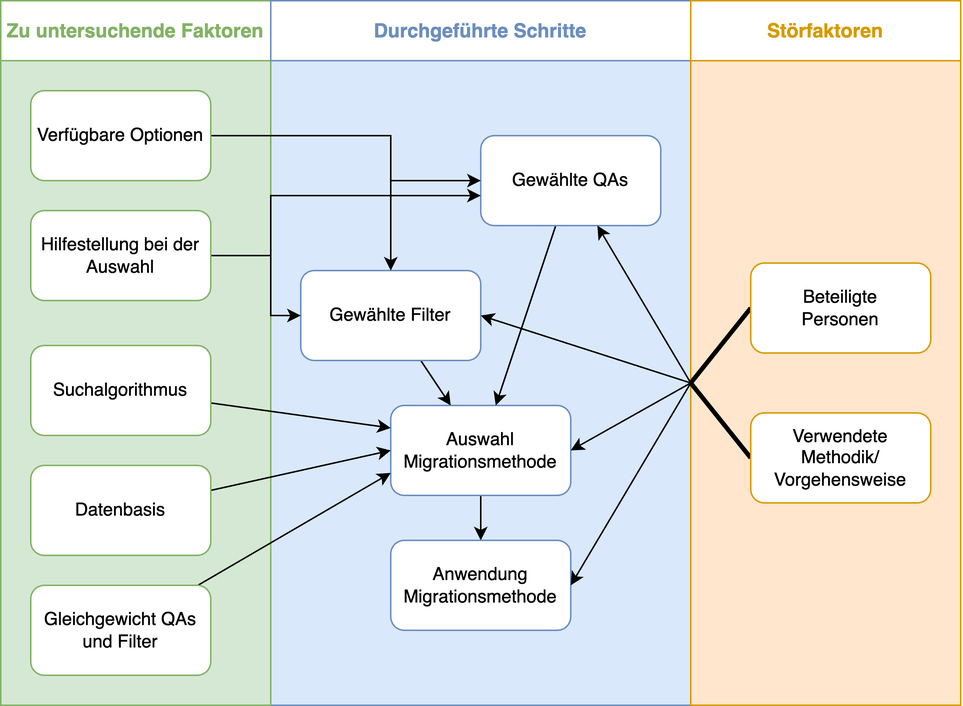
Above: graphics/limitations.drawio.png in axherrm/bachelorarbeit (draw.io), before the change. Source tidied: cells renumbered, new cells last; positions are measured from the earlier drawing's top-left corner, leaving out a move shared by most shapes. Its diagram source:
```xml
<mxGraphModel>
  <root>
    <mxCell id="0" />
    <mxCell id="1" parent="0" />
    <mxCell id="2" style="rounded=0;whiteSpace=wrap;html=1;fillColor=#dae8fc;strokeColor=#6c8ebf;" parent="1" vertex="1">
      <mxGeometry x="180" y="40" width="280" height="430" as="geometry" />
    </mxCell>
    <mxCell id="3" style="rounded=0;whiteSpace=wrap;html=1;fillColor=#ffe6cc;strokeColor=#d79b00;" parent="1" vertex="1">
      <mxGeometry x="460" y="40" width="180" height="430" as="geometry" />
    </mxCell>
    <mxCell id="4" style="rounded=0;whiteSpace=wrap;html=1;fillColor=#d5e8d4;strokeColor=#82b366;" parent="1" vertex="1">
      <mxGeometry y="40" width="180" height="430" as="geometry" />
    </mxCell>
    <mxCell id="5" style="edgeStyle=orthogonalEdgeStyle;rounded=0;jettySize=auto;html=1;" parent="1" edge="1" source="6" target="7">
      <mxGeometry relative="1" as="geometry" />
    </mxCell>
    <mxCell id="6" value="Auswahl Migrationsmethode" style="rounded=1;whiteSpace=wrap;html=1;fillColor=#FFFFFF;strokeColor=#6c8ebf;" parent="1" vertex="1">
      <mxGeometry x="260" y="270" width="120" height="60" as="geometry" />
    </mxCell>
    <mxCell id="7" value="Anwendung Migrationsmethode" style="rounded=1;whiteSpace=wrap;html=1;fillColor=#FFFFFF;strokeColor=#6c8ebf;" parent="1" vertex="1">
      <mxGeometry x="260" y="360" width="120" height="60" as="geometry" />
    </mxCell>
    <mxCell id="8" style="rounded=0;jettySize=auto;html=1;" parent="1" edge="1" source="9" target="6">
      <mxGeometry relative="1" as="geometry" />
    </mxCell>
    <mxCell id="9" value="Gewählte QAs" style="rounded=1;whiteSpace=wrap;html=1;fillColor=#FFFFFF;strokeColor=#6c8ebf;" parent="1" vertex="1">
      <mxGeometry x="320" y="90" width="120" height="60" as="geometry" />
    </mxCell>
    <mxCell id="10" style="rounded=0;jettySize=auto;html=1;" parent="1" edge="1" source="11" target="6">
      <mxGeometry relative="1" as="geometry" />
    </mxCell>
    <mxCell id="11" value="Gewählte Filter" style="rounded=1;whiteSpace=wrap;html=1;fillColor=#FFFFFF;strokeColor=#6c8ebf;" parent="1" vertex="1">
      <mxGeometry x="200" y="180" width="120" height="60" as="geometry" />
    </mxCell>
    <mxCell id="12" style="rounded=0;jettySize=auto;html=1;endArrow=none;endFill=0;strokeWidth=3;exitX=0;exitY=0.5;exitDx=0;exitDy=0;" parent="1" edge="1" source="13">
      <mxGeometry relative="1" as="geometry">
        <mxPoint x="460" y="255" as="targetPoint" />
      </mxGeometry>
    </mxCell>
    <mxCell id="13" value="Beteiligte&lt;br&gt;Personen" style="rounded=1;whiteSpace=wrap;html=1;fillColor=#FFFFFF;strokeColor=#d79b00;" parent="1" vertex="1">
      <mxGeometry x="500" y="175" width="120" height="60" as="geometry" />
    </mxCell>
    <mxCell id="14" style="rounded=0;jettySize=auto;html=1;endArrow=none;endFill=0;strokeWidth=3;exitX=0;exitY=0.5;exitDx=0;exitDy=0;" parent="1" edge="1" source="15">
      <mxGeometry relative="1" as="geometry">
        <mxPoint x="460" y="255" as="targetPoint" />
      </mxGeometry>
    </mxCell>
    <mxCell id="15" value="Verwendete &lt;br&gt;Methodik/&lt;br&gt;Vorgehensweise" style="rounded=1;whiteSpace=wrap;html=1;fillColor=#FFFFFF;strokeColor=#d79b00;" parent="1" vertex="1">
      <mxGeometry x="500" y="275" width="120" height="60" as="geometry" />
    </mxCell>
    <mxCell id="16" style="rounded=0;jettySize=auto;html=1;entryX=0;entryY=0.25;entryDx=0;entryDy=0;" parent="1" edge="1" source="17" target="6">
      <mxGeometry relative="1" as="geometry" />
    </mxCell>
    <mxCell id="17" value="Suchalgorithmus" style="rounded=1;whiteSpace=wrap;html=1;fillColor=#FFFFFF;strokeColor=#82b366;" parent="1" vertex="1">
      <mxGeometry x="20" y="230" width="120" height="60" as="geometry" />
    </mxCell>
    <mxCell id="18" style="rounded=0;jettySize=auto;html=1;edgeStyle=orthogonalEdgeStyle;" parent="1" edge="1" source="20" target="11">
      <mxGeometry relative="1" as="geometry" />
    </mxCell>
    <mxCell id="19" style="rounded=0;jettySize=auto;html=1;edgeStyle=orthogonalEdgeStyle;" parent="1" edge="1" source="20" target="9">
      <mxGeometry relative="1" as="geometry">
        <Array as="points">
          <mxPoint x="260" y="90" />
          <mxPoint x="260" y="120" />
        </Array>
      </mxGeometry>
    </mxCell>
    <mxCell id="20" value="Verfügbare Optionen" style="rounded=1;whiteSpace=wrap;html=1;fillColor=#FFFFFF;strokeColor=#82b366;" parent="1" vertex="1">
      <mxGeometry x="20" y="60" width="120" height="60" as="geometry" />
    </mxCell>
    <mxCell id="21" style="rounded=0;jettySize=auto;html=1;edgeStyle=orthogonalEdgeStyle;" parent="1" edge="1" source="23" target="9">
      <mxGeometry relative="1" as="geometry">
        <Array as="points">
          <mxPoint x="180" y="170" />
          <mxPoint x="180" y="130" />
        </Array>
      </mxGeometry>
    </mxCell>
    <mxCell id="22" style="rounded=0;jettySize=auto;html=1;edgeStyle=orthogonalEdgeStyle;" parent="1" edge="1" source="23" target="11">
      <mxGeometry relative="1" as="geometry">
        <Array as="points">
          <mxPoint x="180" y="170" />
          <mxPoint x="180" y="210" />
        </Array>
      </mxGeometry>
    </mxCell>
    <mxCell id="23" value="Hilfestellung bei der Auswahl" style="rounded=1;whiteSpace=wrap;html=1;fillColor=#FFFFFF;strokeColor=#82b366;" parent="1" vertex="1">
      <mxGeometry x="20" y="140" width="120" height="60" as="geometry" />
    </mxCell>
    <mxCell id="24" style="rounded=0;jettySize=auto;html=1;entryX=0;entryY=0.5;entryDx=0;entryDy=0;" parent="1" edge="1" source="25" target="6">
      <mxGeometry relative="1" as="geometry" />
    </mxCell>
    <mxCell id="25" value="Datenbasis" style="rounded=1;whiteSpace=wrap;html=1;fillColor=#FFFFFF;strokeColor=#82b366;" parent="1" vertex="1">
      <mxGeometry x="20" y="310" width="120" height="60" as="geometry" />
    </mxCell>
    <mxCell id="26" style="rounded=0;jettySize=auto;html=1;entryX=0;entryY=0.75;entryDx=0;entryDy=0;" parent="1" edge="1" source="27" target="6">
      <mxGeometry relative="1" as="geometry" />
    </mxCell>
    <mxCell id="27" value="Gleichgewicht QAs und Filter" style="rounded=1;whiteSpace=wrap;html=1;fillColor=#FFFFFF;strokeColor=#82b366;" parent="1" vertex="1">
      <mxGeometry x="20" y="390" width="120" height="60" as="geometry" />
    </mxCell>
    <mxCell id="28" style="endArrow=classic;html=1;rounded=0;entryX=1;entryY=0.5;entryDx=0;entryDy=0;" parent="1" edge="1" target="7">
      <mxGeometry relative="1" as="geometry">
        <mxPoint x="460" y="255" as="sourcePoint" />
      </mxGeometry>
    </mxCell>
    <mxCell id="29" style="endArrow=classic;html=1;rounded=0;entryX=1;entryY=0.5;entryDx=0;entryDy=0;" parent="1" edge="1" target="6">
      <mxGeometry relative="1" as="geometry">
        <mxPoint x="460" y="255" as="sourcePoint" />
      </mxGeometry>
    </mxCell>
    <mxCell id="30" style="endArrow=classic;html=1;rounded=0;entryX=1;entryY=0.5;entryDx=0;entryDy=0;" parent="1" edge="1" target="11">
      <mxGeometry relative="1" as="geometry">
        <mxPoint x="460" y="255" as="sourcePoint" />
      </mxGeometry>
    </mxCell>
    <mxCell id="31" style="endArrow=classic;html=1;rounded=0;" parent="1" edge="1" target="9">
      <mxGeometry relative="1" as="geometry">
        <mxPoint x="460" y="255" as="sourcePoint" />
      </mxGeometry>
    </mxCell>
    <mxCell id="32" value="Zu untersuchende Faktoren" style="rounded=0;whiteSpace=wrap;html=1;fontStyle=1;fontSize=13;fontColor=#82B366;strokeColor=#82B366;" parent="1" vertex="1">
      <mxGeometry width="180" height="40" as="geometry" />
    </mxCell>
    <mxCell id="33" value="Durchgeführte Schritte" style="rounded=0;whiteSpace=wrap;html=1;fontStyle=1;fontSize=13;fontColor=#6C8EBF;strokeColor=#6C8EBF;" parent="1" vertex="1">
      <mxGeometry x="180" width="280" height="40" as="geometry" />
    </mxCell>
    <mxCell id="34" value="Störfaktoren" style="rounded=0;whiteSpace=wrap;html=1;fontStyle=1;fontSize=13;fontColor=#D79B00;strokeColor=#D79B00;" parent="1" vertex="1">
      <mxGeometry x="460" width="180" height="40" as="geometry" />
    </mxCell>
  </root>
</mxGraphModel>
```
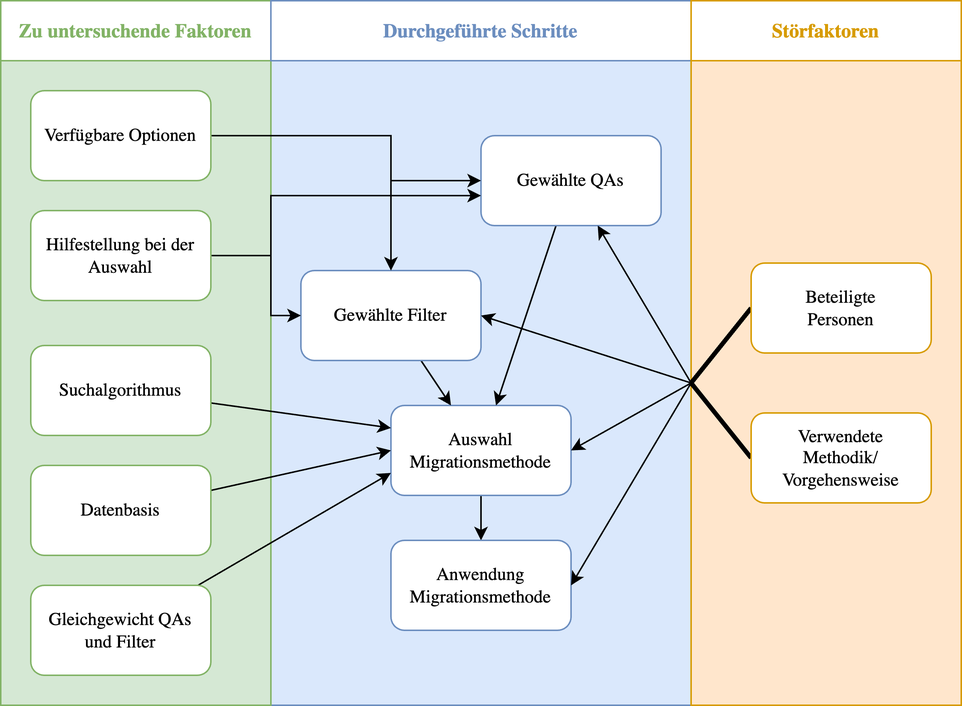
After the commit.

Diff of the diagram source:
```diff
@@ -2,62 +2,62 @@
   <root>
     <mxCell id="0" />
     <mxCell id="1" parent="0" />
-    <mxCell id="2" style="rounded=0;whiteSpace=wrap;html=1;fillColor=#dae8fc;strokeColor=#6c8ebf;" parent="1" vertex="1">
+    <mxCell id="2" style="rounded=0;whiteSpace=wrap;html=1;fillColor=#dae8fc;strokeColor=#6c8ebf;fontFamily=TeX Gyre Termes;" parent="1" vertex="1">
       <mxGeometry x="180" y="40" width="280" height="430" as="geometry" />
     </mxCell>
-    <mxCell id="3" style="rounded=0;whiteSpace=wrap;html=1;fillColor=#ffe6cc;strokeColor=#d79b00;" parent="1" vertex="1">
+    <mxCell id="3" style="rounded=0;whiteSpace=wrap;html=1;fillColor=#ffe6cc;strokeColor=#d79b00;fontFamily=TeX Gyre Termes;" parent="1" vertex="1">
       <mxGeometry x="460" y="40" width="180" height="430" as="geometry" />
     </mxCell>
-    <mxCell id="4" style="rounded=0;whiteSpace=wrap;html=1;fillColor=#d5e8d4;strokeColor=#82b366;" parent="1" vertex="1">
+    <mxCell id="4" style="rounded=0;whiteSpace=wrap;html=1;fillColor=#d5e8d4;strokeColor=#82b366;fontFamily=TeX Gyre Termes;" parent="1" vertex="1">
       <mxGeometry y="40" width="180" height="430" as="geometry" />
     </mxCell>
-    <mxCell id="5" style="edgeStyle=orthogonalEdgeStyle;rounded=0;jettySize=auto;html=1;" parent="1" edge="1" source="6" target="7">
+    <mxCell id="5" style="edgeStyle=orthogonalEdgeStyle;rounded=0;jettySize=auto;html=1;fontFamily=TeX Gyre Termes;" parent="1" edge="1" source="6" target="7">
       <mxGeometry relative="1" as="geometry" />
     </mxCell>
-    <mxCell id="6" value="Auswahl Migrationsmethode" style="rounded=1;whiteSpace=wrap;html=1;fillColor=#FFFFFF;strokeColor=#6c8ebf;" parent="1" vertex="1">
+    <mxCell id="6" value="Auswahl Migrationsmethode" style="rounded=1;whiteSpace=wrap;html=1;fillColor=#FFFFFF;strokeColor=#6c8ebf;fontFamily=TeX Gyre Termes;" parent="1" vertex="1">
       <mxGeometry x="260" y="270" width="120" height="60" as="geometry" />
     </mxCell>
-    <mxCell id="7" value="Anwendung Migrationsmethode" style="rounded=1;whiteSpace=wrap;html=1;fillColor=#FFFFFF;strokeColor=#6c8ebf;" parent="1" vertex="1">
+    <mxCell id="7" value="Anwendung Migrationsmethode" style="rounded=1;whiteSpace=wrap;html=1;fillColor=#FFFFFF;strokeColor=#6c8ebf;fontFamily=TeX Gyre Termes;" parent="1" vertex="1">
       <mxGeometry x="260" y="360" width="120" height="60" as="geometry" />
     </mxCell>
-    <mxCell id="8" style="rounded=0;jettySize=auto;html=1;" parent="1" edge="1" source="9" target="6">
+    <mxCell id="8" style="rounded=0;jettySize=auto;html=1;fontFamily=TeX Gyre Termes;" parent="1" edge="1" source="9" target="6">
       <mxGeometry relative="1" as="geometry" />
     </mxCell>
-    <mxCell id="9" value="Gewählte QAs" style="rounded=1;whiteSpace=wrap;html=1;fillColor=#FFFFFF;strokeColor=#6c8ebf;" parent="1" vertex="1">
+    <mxCell id="9" value="Gewählte QAs" style="rounded=1;whiteSpace=wrap;html=1;fillColor=#FFFFFF;strokeColor=#6c8ebf;fontFamily=TeX Gyre Termes;" parent="1" vertex="1">
       <mxGeometry x="320" y="90" width="120" height="60" as="geometry" />
     </mxCell>
-    <mxCell id="10" style="rounded=0;jettySize=auto;html=1;" parent="1" edge="1" source="11" target="6">
+    <mxCell id="10" style="rounded=0;jettySize=auto;html=1;fontFamily=TeX Gyre Termes;" parent="1" edge="1" source="11" target="6">
       <mxGeometry relative="1" as="geometry" />
     </mxCell>
-    <mxCell id="11" value="Gewählte Filter" style="rounded=1;whiteSpace=wrap;html=1;fillColor=#FFFFFF;strokeColor=#6c8ebf;" parent="1" vertex="1">
+    <mxCell id="11" value="Gewählte Filter" style="rounded=1;whiteSpace=wrap;html=1;fillColor=#FFFFFF;strokeColor=#6c8ebf;fontFamily=TeX Gyre Termes;" parent="1" vertex="1">
       <mxGeometry x="200" y="180" width="120" height="60" as="geometry" />
     </mxCell>
-    <mxCell id="12" style="rounded=0;jettySize=auto;html=1;endArrow=none;endFill=0;strokeWidth=3;exitX=0;exitY=0.5;exitDx=0;exitDy=0;" parent="1" edge="1" source="13">
+    <mxCell id="12" style="rounded=0;jettySize=auto;html=1;endArrow=none;endFill=0;strokeWidth=3;exitX=0;exitY=0.5;exitDx=0;exitDy=0;fontFamily=TeX Gyre Termes;" parent="1" edge="1" source="13">
       <mxGeometry relative="1" as="geometry">
         <mxPoint x="460" y="255" as="targetPoint" />
       </mxGeometry>
     </mxCell>
-    <mxCell id="13" value="Beteiligte&lt;br&gt;Personen" style="rounded=1;whiteSpace=wrap;html=1;fillColor=#FFFFFF;strokeColor=#d79b00;" parent="1" vertex="1">
+    <mxCell id="13" value="Beteiligte&lt;br&gt;Personen" style="rounded=1;whiteSpace=wrap;html=1;fillColor=#FFFFFF;strokeColor=#d79b00;fontFamily=TeX Gyre Termes;" parent="1" vertex="1">
       <mxGeometry x="500" y="175" width="120" height="60" as="geometry" />
     </mxCell>
-    <mxCell id="14" style="rounded=0;jettySize=auto;html=1;endArrow=none;endFill=0;strokeWidth=3;exitX=0;exitY=0.5;exitDx=0;exitDy=0;" parent="1" edge="1" source="15">
+    <mxCell id="14" style="rounded=0;jettySize=auto;html=1;endArrow=none;endFill=0;strokeWidth=3;exitX=0;exitY=0.5;exitDx=0;exitDy=0;fontFamily=TeX Gyre Termes;" parent="1" edge="1" source="15">
       <mxGeometry relative="1" as="geometry">
         <mxPoint x="460" y="255" as="targetPoint" />
       </mxGeometry>
     </mxCell>
-    <mxCell id="15" value="Verwendete &lt;br&gt;Methodik/&lt;br&gt;Vorgehensweise" style="rounded=1;whiteSpace=wrap;html=1;fillColor=#FFFFFF;strokeColor=#d79b00;" parent="1" vertex="1">
+    <mxCell id="15" value="Verwendete &lt;br&gt;Methodik/&lt;br&gt;Vorgehensweise" style="rounded=1;whiteSpace=wrap;html=1;fillColor=#FFFFFF;strokeColor=#d79b00;fontFamily=TeX Gyre Termes;" parent="1" vertex="1">
       <mxGeometry x="500" y="275" width="120" height="60" as="geometry" />
     </mxCell>
-    <mxCell id="16" style="rounded=0;jettySize=auto;html=1;entryX=0;entryY=0.25;entryDx=0;entryDy=0;" parent="1" edge="1" source="17" target="6">
+    <mxCell id="16" style="rounded=0;jettySize=auto;html=1;entryX=0;entryY=0.25;entryDx=0;entryDy=0;fontFamily=TeX Gyre Termes;" parent="1" edge="1" source="17" target="6">
       <mxGeometry relative="1" as="geometry" />
     </mxCell>
-    <mxCell id="17" value="Suchalgorithmus" style="rounded=1;whiteSpace=wrap;html=1;fillColor=#FFFFFF;strokeColor=#82b366;" parent="1" vertex="1">
+    <mxCell id="17" value="Suchalgorithmus" style="rounded=1;whiteSpace=wrap;html=1;fillColor=#FFFFFF;strokeColor=#82b366;fontFamily=TeX Gyre Termes;" parent="1" vertex="1">
       <mxGeometry x="20" y="230" width="120" height="60" as="geometry" />
     </mxCell>
-    <mxCell id="18" style="rounded=0;jettySize=auto;html=1;edgeStyle=orthogonalEdgeStyle;" parent="1" edge="1" source="20" target="11">
+    <mxCell id="18" style="rounded=0;jettySize=auto;html=1;edgeStyle=orthogonalEdgeStyle;fontFamily=TeX Gyre Termes;" parent="1" edge="1" source="20" target="11">
       <mxGeometry relative="1" as="geometry" />
     </mxCell>
-    <mxCell id="19" style="rounded=0;jettySize=auto;html=1;edgeStyle=orthogonalEdgeStyle;" parent="1" edge="1" source="20" target="9">
+    <mxCell id="19" style="rounded=0;jettySize=auto;html=1;edgeStyle=orthogonalEdgeStyle;fontFamily=TeX Gyre Termes;" parent="1" edge="1" source="20" target="9">
       <mxGeometry relative="1" as="geometry">
         <Array as="points">
           <mxPoint x="260" y="90" />
@@ -65,10 +65,10 @@
         </Array>
       </mxGeometry>
     </mxCell>
-    <mxCell id="20" value="Verfügbare Optionen" style="rounded=1;whiteSpace=wrap;html=1;fillColor=#FFFFFF;strokeColor=#82b366;" parent="1" vertex="1">
+    <mxCell id="20" value="Verfügbare Optionen" style="rounded=1;whiteSpace=wrap;html=1;fillColor=#FFFFFF;strokeColor=#82b366;fontFamily=TeX Gyre Termes;" parent="1" vertex="1">
       <mxGeometry x="20" y="60" width="120" height="60" as="geometry" />
     </mxCell>
-    <mxCell id="21" style="rounded=0;jettySize=auto;html=1;edgeStyle=orthogonalEdgeStyle;" parent="1" edge="1" source="23" target="9">
+    <mxCell id="21" style="rounded=0;jettySize=auto;html=1;edgeStyle=orthogonalEdgeStyle;fontFamily=TeX Gyre Termes;" parent="1" edge="1" source="23" target="9">
       <mxGeometry relative="1" as="geometry">
         <Array as="points">
           <mxPoint x="180" y="170" />
@@ -76,7 +76,7 @@
         </Array>
       </mxGeometry>
     </mxCell>
-    <mxCell id="22" style="rounded=0;jettySize=auto;html=1;edgeStyle=orthogonalEdgeStyle;" parent="1" edge="1" source="23" target="11">
+    <mxCell id="22" style="rounded=0;jettySize=auto;html=1;edgeStyle=orthogonalEdgeStyle;fontFamily=TeX Gyre Termes;" parent="1" edge="1" source="23" target="11">
       <mxGeometry relative="1" as="geometry">
         <Array as="points">
           <mxPoint x="180" y="170" />
@@ -84,48 +84,48 @@
         </Array>
       </mxGeometry>
     </mxCell>
-    <mxCell id="23" value="Hilfestellung bei der Auswahl" style="rounded=1;whiteSpace=wrap;html=1;fillColor=#FFFFFF;strokeColor=#82b366;" parent="1" vertex="1">
+    <mxCell id="23" value="Hilfestellung bei der Auswahl" style="rounded=1;whiteSpace=wrap;html=1;fillColor=#FFFFFF;strokeColor=#82b366;fontFamily=TeX Gyre Termes;" parent="1" vertex="1">
       <mxGeometry x="20" y="140" width="120" height="60" as="geometry" />
     </mxCell>
-    <mxCell id="24" style="rounded=0;jettySize=auto;html=1;entryX=0;entryY=0.5;entryDx=0;entryDy=0;" parent="1" edge="1" source="25" target="6">
+    <mxCell id="24" style="rounded=0;jettySize=auto;html=1;entryX=0;entryY=0.5;entryDx=0;entryDy=0;fontFamily=TeX Gyre Termes;" parent="1" edge="1" source="25" target="6">
       <mxGeometry relative="1" as="geometry" />
     </mxCell>
-    <mxCell id="25" value="Datenbasis" style="rounded=1;whiteSpace=wrap;html=1;fillColor=#FFFFFF;strokeColor=#82b366;" parent="1" vertex="1">
+    <mxCell id="25" value="Datenbasis" style="rounded=1;whiteSpace=wrap;html=1;fillColor=#FFFFFF;strokeColor=#82b366;fontFamily=TeX Gyre Termes;" parent="1" vertex="1">
       <mxGeometry x="20" y="310" width="120" height="60" as="geometry" />
     </mxCell>
-    <mxCell id="26" style="rounded=0;jettySize=auto;html=1;entryX=0;entryY=0.75;entryDx=0;entryDy=0;" parent="1" edge="1" source="27" target="6">
+    <mxCell id="26" style="rounded=0;jettySize=auto;html=1;entryX=0;entryY=0.75;entryDx=0;entryDy=0;fontFamily=TeX Gyre Termes;" parent="1" edge="1" source="27" target="6">
       <mxGeometry relative="1" as="geometry" />
     </mxCell>
-    <mxCell id="27" value="Gleichgewicht QAs und Filter" style="rounded=1;whiteSpace=wrap;html=1;fillColor=#FFFFFF;strokeColor=#82b366;" parent="1" vertex="1">
+    <mxCell id="27" value="Gleichgewicht QAs &lt;br&gt;und Filter" style="rounded=1;whiteSpace=wrap;html=1;fillColor=#FFFFFF;strokeColor=#82b366;fontFamily=TeX Gyre Termes;" parent="1" vertex="1">
       <mxGeometry x="20" y="390" width="120" height="60" as="geometry" />
     </mxCell>
-    <mxCell id="28" style="endArrow=classic;html=1;rounded=0;entryX=1;entryY=0.5;entryDx=0;entryDy=0;" parent="1" edge="1" target="7">
+    <mxCell id="28" style="endArrow=classic;html=1;rounded=0;entryX=1;entryY=0.5;entryDx=0;entryDy=0;fontFamily=TeX Gyre Termes;" parent="1" edge="1" target="7">
       <mxGeometry relative="1" as="geometry">
         <mxPoint x="460" y="255" as="sourcePoint" />
       </mxGeometry>
     </mxCell>
-    <mxCell id="29" style="endArrow=classic;html=1;rounded=0;entryX=1;entryY=0.5;entryDx=0;entryDy=0;" parent="1" edge="1" target="6">
+    <mxCell id="29" style="endArrow=classic;html=1;rounded=0;entryX=1;entryY=0.5;entryDx=0;entryDy=0;fontFamily=TeX Gyre Termes;" parent="1" edge="1" target="6">
       <mxGeometry relative="1" as="geometry">
         <mxPoint x="460" y="255" as="sourcePoint" />
       </mxGeometry>
     </mxCell>
-    <mxCell id="30" style="endArrow=classic;html=1;rounded=0;entryX=1;entryY=0.5;entryDx=0;entryDy=0;" parent="1" edge="1" target="11">
+    <mxCell id="30" style="endArrow=classic;html=1;rounded=0;entryX=1;entryY=0.5;entryDx=0;entryDy=0;fontFamily=TeX Gyre Termes;" parent="1" edge="1" target="11">
       <mxGeometry relative="1" as="geometry">
         <mxPoint x="460" y="255" as="sourcePoint" />
       </mxGeometry>
     </mxCell>
-    <mxCell id="31" style="endArrow=classic;html=1;rounded=0;" parent="1" edge="1" target="9">
+    <mxCell id="31" style="endArrow=classic;html=1;rounded=0;fontFamily=TeX Gyre Termes;" parent="1" edge="1" target="9">
       <mxGeometry relative="1" as="geometry">
         <mxPoint x="460" y="255" as="sourcePoint" />
       </mxGeometry>
     </mxCell>
-    <mxCell id="32" value="Zu untersuchende Faktoren" style="rounded=0;whiteSpace=wrap;html=1;fontStyle=1;fontSize=13;fontColor=#82B366;strokeColor=#82B366;" parent="1" vertex="1">
+    <mxCell id="32" value="Zu untersuchende Faktoren" style="rounded=0;whiteSpace=wrap;html=1;fontStyle=1;fontSize=13;fontColor=#82B366;strokeColor=#82B366;fontFamily=TeX Gyre Termes;" parent="1" vertex="1">
       <mxGeometry width="180" height="40" as="geometry" />
     </mxCell>
-    <mxCell id="33" value="Durchgeführte Schritte" style="rounded=0;whiteSpace=wrap;html=1;fontStyle=1;fontSize=13;fontColor=#6C8EBF;strokeColor=#6C8EBF;" parent="1" vertex="1">
+    <mxCell id="33" value="Durchgeführte Schritte" style="rounded=0;whiteSpace=wrap;html=1;fontStyle=1;fontSize=13;fontColor=#6C8EBF;strokeColor=#6C8EBF;fontFamily=TeX Gyre Termes;" parent="1" vertex="1">
       <mxGeometry x="180" width="280" height="40" as="geometry" />
     </mxCell>
-    <mxCell id="34" value="Störfaktoren" style="rounded=0;whiteSpace=wrap;html=1;fontStyle=1;fontSize=13;fontColor=#D79B00;strokeColor=#D79B00;" parent="1" vertex="1">
+    <mxCell id="34" value="Störfaktoren" style="rounded=0;whiteSpace=wrap;html=1;fontStyle=1;fontSize=13;fontColor=#D79B00;strokeColor=#D79B00;fontFamily=TeX Gyre Termes;" parent="1" vertex="1">
       <mxGeometry x="460" width="180" height="40" as="geometry" />
     </mxCell>
   </root>
```
